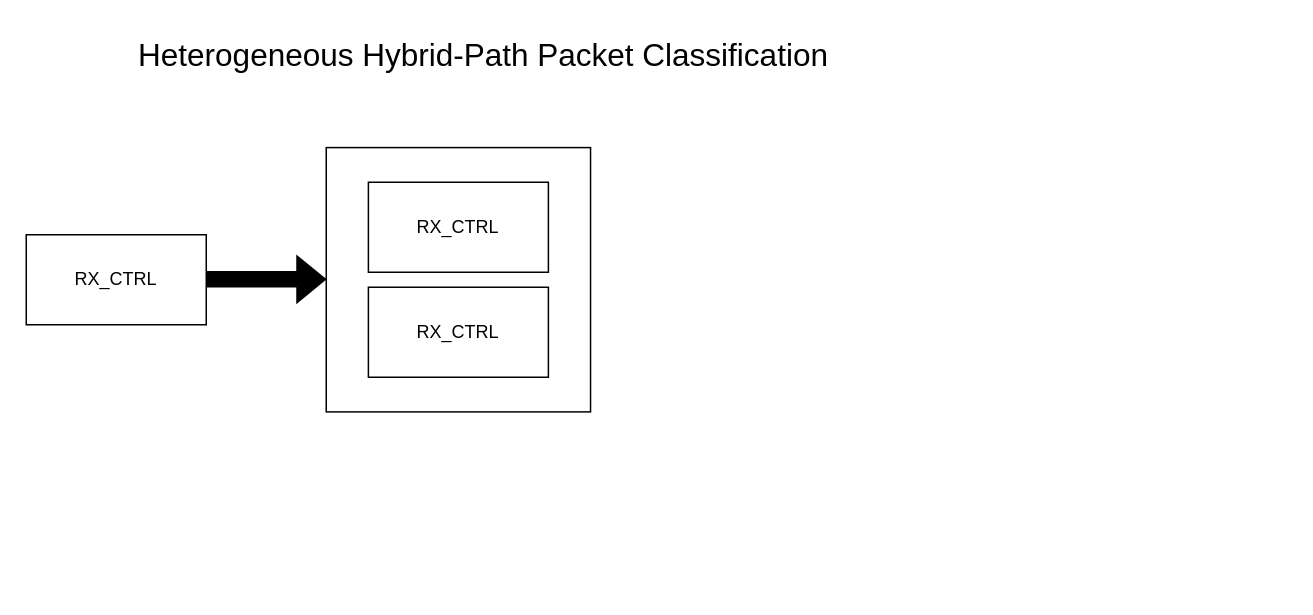
Above: 未命名绘图.drawio in Toylog123/Draw.io (draw.io), before the change. Source tidied: cells renumbered, new cells numbered last; positions are measured from the earlier drawing's top-left corner, leaving out a move shared by most shapes. Both pictures are drawn from the tidied source at 150%, with x=0, y=0 at pixel (26, 32).
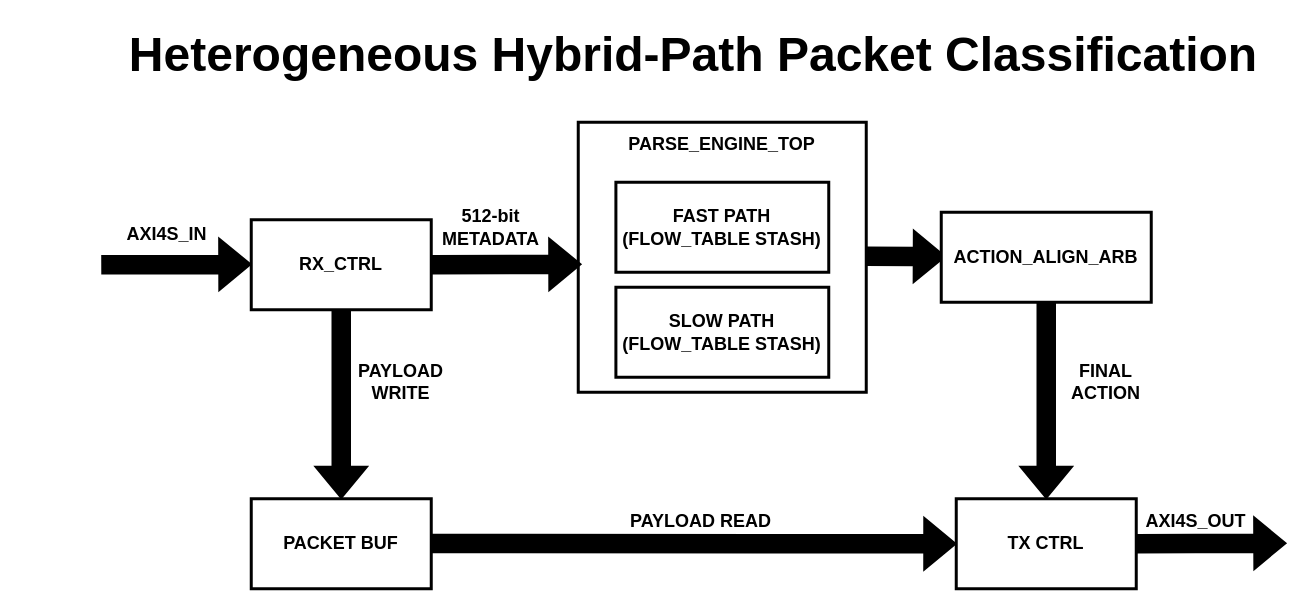
After the change.

Commit message:
Heterogeneous Hybrid-Path Packet Classification.drawio

What changed in the source:
```diff
@@
+    <mxCell id="7" value="Heterogeneous Hybrid-Path Packet Classification" style="text;html=1;whiteSpace=wrap;strokeColor=none;fillColor=none;align=center;verticalAlign=middle;rounded=0;fontSize=32;strokeWidth=2;fontStyle=1;fontFamily=Helvetica;" parent="1" vertex="1">
+      <mxGeometry x="50" width="790" height="30" as="geometry" />
+    </mxCell>
+    <mxCell id="8" style="group;" parent="1" vertex="1">
+      <mxGeometry x="50" y="60" width="790" height="311" as="geometry" />
+    </mxCell>
+    <mxCell id="9" style="rounded=0;whiteSpace=wrap;html=1;strokeWidth=2;fontStyle=1;fontFamily=Helvetica;" parent="8" vertex="1">
+      <mxGeometry x="318" width="192" height="180" as="geometry" />
+    </mxCell>
-    <mxCell id="2" value="RX_CTRL" style="rounded=0;whiteSpace=wrap;html=1;" parent="1" vertex="1">
-      <mxGeometry y="135" width="120" height="60" as="geometry" />
+    <mxCell id="2" value="RX_CTRL" style="rounded=0;whiteSpace=wrap;html=1;strokeWidth=2;fontStyle=1;fontFamily=Helvetica;" parent="8" vertex="1">
+      <mxGeometry x="100" y="65" width="120" height="60" as="geometry" />
     </mxCell>
-    <mxCell id="3" style="shape=flexArrow;endArrow=classic;html=1;rounded=0;strokeWidth=1;fillColor=#000000;" parent="1" edge="1">
+    <mxCell id="3" style="shape=flexArrow;endArrow=classic;html=1;rounded=0;strokeWidth=2;fillColor=#000000;exitX=1;exitY=0.5;exitDx=0;exitDy=0;fontStyle=1;fontFamily=Helvetica;" parent="8" edge="1" source="2">
       <mxGeometry relative="1" as="geometry">
-        <mxPoint x="120" y="164.7" as="sourcePoint" />
-        <mxPoint x="200" y="164.7" as="targetPoint" />
+        <mxPoint x="320" y="94.7" as="targetPoint" />
       </mxGeometry>
     </mxCell>
-    <mxCell id="4" style="whiteSpace=wrap;html=1;" parent="1" vertex="1">
-      <mxGeometry x="200" y="76.9" width="176.2" height="176.2" as="geometry" />
-    </mxCell>
-    <mxCell id="5" value="RX_CTRL" style="rounded=0;whiteSpace=wrap;html=1;" parent="1" vertex="1">
-      <mxGeometry x="228.1" y="100" width="120" height="60" as="geometry" />
+    <mxCell id="5" value="&lt;div&gt;FAST PATH&lt;/div&gt;&lt;div&gt;(FLOW_TABLE STASH)&lt;/div&gt;" style="rounded=0;whiteSpace=wrap;html=1;strokeWidth=2;fontStyle=1;fontFamily=Helvetica;" parent="8" vertex="1">
+      <mxGeometry x="343.1" y="40" width="141.9" height="60" as="geometry" />
     </mxCell>
-    <mxCell id="6" value="RX_CTRL" style="rounded=0;whiteSpace=wrap;html=1;" parent="1" vertex="1">
-      <mxGeometry x="228.1" y="170" width="120" height="60" as="geometry" />
+    <mxCell id="6" value="&lt;div&gt;SLOW PATH&lt;/div&gt;&lt;div&gt;(FLOW_TABLE STASH)&lt;/div&gt;" style="rounded=0;whiteSpace=wrap;html=1;strokeWidth=2;fontStyle=1;fontFamily=Helvetica;" parent="8" vertex="1">
+      <mxGeometry x="343.1" y="110" width="141.9" height="60" as="geometry" />
     </mxCell>
-    <mxCell id="7" value="Heterogeneous Hybrid-Path Packet Classification" style="text;html=1;whiteSpace=wrap;strokeColor=none;fillColor=none;align=center;verticalAlign=middle;rounded=0;fontSize=21;" parent="1" vertex="1">
-      <mxGeometry x="50" width="510" height="30" as="geometry" />
-    </mxCell>
+    <mxCell id="10" style="shape=flexArrow;endArrow=classic;html=1;rounded=0;strokeWidth=2;fillColor=#000000;fontStyle=1;fontFamily=Helvetica;" parent="8" edge="1">
+      <mxGeometry relative="1" as="geometry">
+        <mxPoint y="95" as="sourcePoint" />
+        <mxPoint x="100" y="94.7" as="targetPoint" />
+      </mxGeometry>
+    </mxCell>
+    <mxCell id="11" value="AXI4S_IN" style="text;html=1;whiteSpace=wrap;strokeColor=none;fillColor=none;align=center;verticalAlign=middle;rounded=0;strokeWidth=2;fontStyle=1;fontFamily=Helvetica;" parent="8" vertex="1">
+      <mxGeometry x="14" y="60" width="60" height="30" as="geometry" />
+    </mxCell>
+    <mxCell id="12" value="PARSE_ENGINE_TOP" style="text;html=1;whiteSpace=wrap;strokeColor=none;fillColor=none;align=center;verticalAlign=middle;rounded=0;fontStyle=1;strokeWidth=2;fontFamily=Helvetica;" parent="8" vertex="1">
+      <mxGeometry x="384" width="60" height="30" as="geometry" />
+    </mxCell>
+    <mxCell id="13" style="shape=flexArrow;endArrow=classic;html=1;rounded=0;strokeWidth=2;fillColor=#000000;fontStyle=1;fontFamily=Helvetica;" parent="8" edge="1">
+      <mxGeometry relative="1" as="geometry">
+        <mxPoint x="510" y="89.3" as="sourcePoint" />
+        <mxPoint x="563" y="89.5" as="targetPoint" />
+      </mxGeometry>
+    </mxCell>
+    <mxCell id="14" value="512-bit&lt;br&gt;METADATA" style="text;html=1;whiteSpace=wrap;strokeColor=none;fillColor=none;align=center;verticalAlign=middle;rounded=0;strokeWidth=2;fontStyle=1;fontFamily=Helvetica;" parent="8" vertex="1">
+      <mxGeometry x="230" y="55" width="60" height="30" as="geometry" />
+    </mxCell>
+    <mxCell id="15" value="ACTION_ALIGN_ARB" style="rounded=0;whiteSpace=wrap;html=1;strokeWidth=2;fontStyle=1;fontFamily=Helvetica;" parent="8" vertex="1">
+      <mxGeometry x="560" y="60" width="140" height="60" as="geometry" />
+    </mxCell>
+    <mxCell id="16" style="shape=flexArrow;endArrow=classic;html=1;rounded=0;strokeWidth=2;fillColor=#000000;entryX=0.5;entryY=0;entryDx=0;entryDy=0;fontStyle=1;fontFamily=Helvetica;" parent="8" edge="1" source="15" target="21">
+      <mxGeometry relative="1" as="geometry" />
+    </mxCell>
+    <mxCell id="17" value="FINAL ACTION" style="text;html=1;whiteSpace=wrap;strokeColor=none;fillColor=none;align=center;verticalAlign=middle;rounded=0;fontStyle=1;fontFamily=Helvetica;" parent="8" vertex="1">
+      <mxGeometry x="640" y="158" width="60" height="30" as="geometry" />
+    </mxCell>
+    <mxCell id="18" style="shape=flexArrow;endArrow=classic;html=1;rounded=0;strokeWidth=2;fillColor=#000000;entryX=0.5;entryY=0;entryDx=0;entryDy=0;fontStyle=1;fontFamily=Helvetica;" parent="8" edge="1" source="2" target="20">
+      <mxGeometry relative="1" as="geometry" />
+    </mxCell>
+    <mxCell id="19" value="&lt;div&gt;PAYLOAD&lt;/div&gt;&lt;div&gt;WRITE&lt;/div&gt;" style="text;html=1;whiteSpace=wrap;strokeColor=none;fillColor=none;align=center;verticalAlign=middle;rounded=0;fontStyle=1;fontFamily=Helvetica;" parent="8" vertex="1">
+      <mxGeometry x="170" y="158" width="60" height="30" as="geometry" />
+    </mxCell>
+    <mxCell id="20" value="PACKET BUF" style="rounded=0;whiteSpace=wrap;html=1;strokeWidth=2;fontStyle=1;fontFamily=Helvetica;" parent="8" vertex="1">
+      <mxGeometry x="100" y="251" width="120" height="60" as="geometry" />
+    </mxCell>
+    <mxCell id="21" value="TX CTRL" style="rounded=0;whiteSpace=wrap;html=1;strokeWidth=2;fontStyle=1;fontFamily=Helvetica;" parent="8" vertex="1">
+      <mxGeometry x="570" y="251" width="120" height="60" as="geometry" />
+    </mxCell>
+    <mxCell id="22" style="shape=flexArrow;endArrow=classic;html=1;rounded=0;strokeWidth=2;fillColor=#000000;exitX=1;exitY=0.5;exitDx=0;exitDy=0;entryX=0;entryY=0.5;entryDx=0;entryDy=0;fontStyle=1;fontFamily=Helvetica;" parent="8" edge="1" target="21">
+      <mxGeometry relative="1" as="geometry">
+        <mxPoint x="220" y="280.8" as="sourcePoint" />
+      </mxGeometry>
+    </mxCell>
+    <mxCell id="23" value="PAYLOAD READ" style="text;html=1;whiteSpace=wrap;strokeColor=none;fillColor=none;align=center;verticalAlign=middle;rounded=0;fontStyle=1;fontFamily=Helvetica;" parent="8" vertex="1">
+      <mxGeometry x="350" y="251" width="100" height="30" as="geometry" />
+    </mxCell>
+    <mxCell id="24" style="shape=flexArrow;endArrow=classic;html=1;rounded=0;strokeWidth=2;fillColor=#000000;fontStyle=1;fontFamily=Helvetica;" parent="8" edge="1">
+      <mxGeometry relative="1" as="geometry">
+        <mxPoint x="690" y="281" as="sourcePoint" />
+        <mxPoint x="790" y="280.6" as="targetPoint" />
+      </mxGeometry>
+    </mxCell>
+    <mxCell id="25" value="AXI4S_OUT" style="text;html=1;whiteSpace=wrap;strokeColor=none;fillColor=none;align=center;verticalAlign=middle;rounded=0;strokeWidth=2;fontStyle=1;fontFamily=Helvetica;" parent="8" vertex="1">
+      <mxGeometry x="700" y="251" width="60" height="30" as="geometry" />
+    </mxCell>
```
